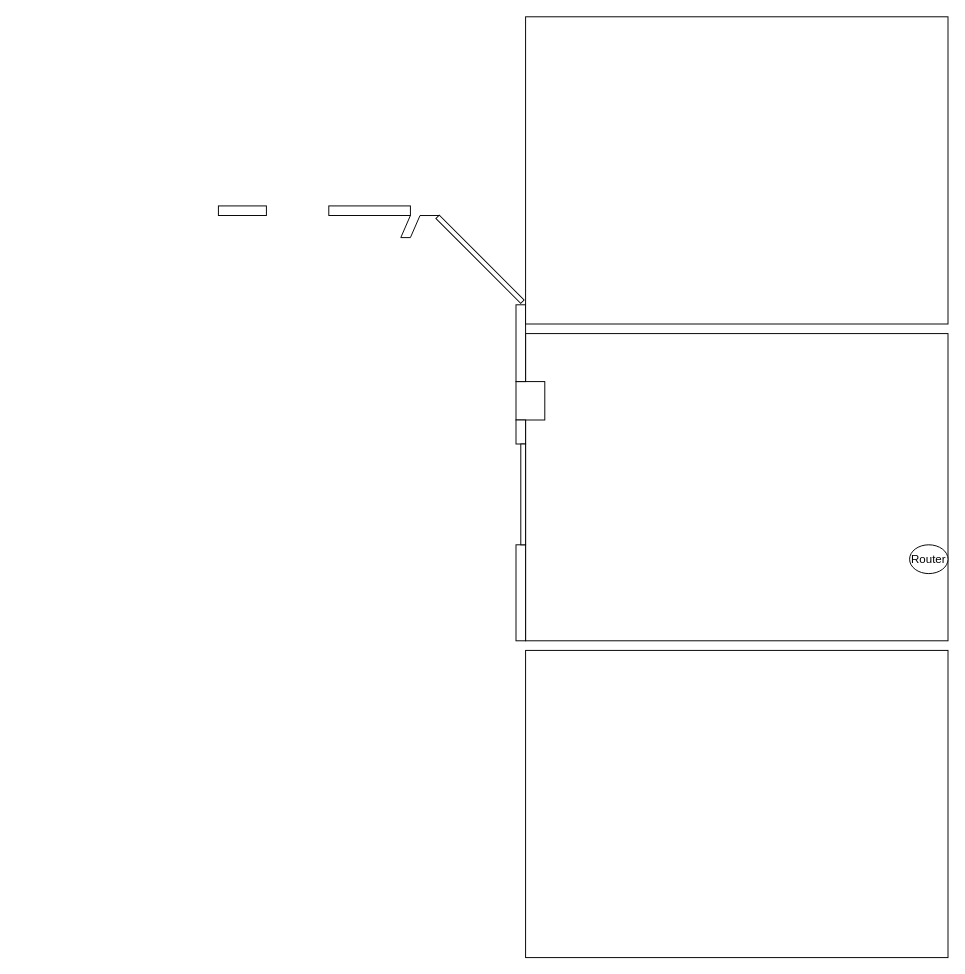
Earlier version of the draw.io diagram Untitled Diagram.drawio (mikillin/porjeckt1). Source tidied: cells renumbered, new cells numbered last; positions are measured from the earlier drawing's top-left corner, leaving out a move shared by most shapes. Both pictures are drawn from the tidied source at 96%, with x=0, y=0 at pixel (218, 16).
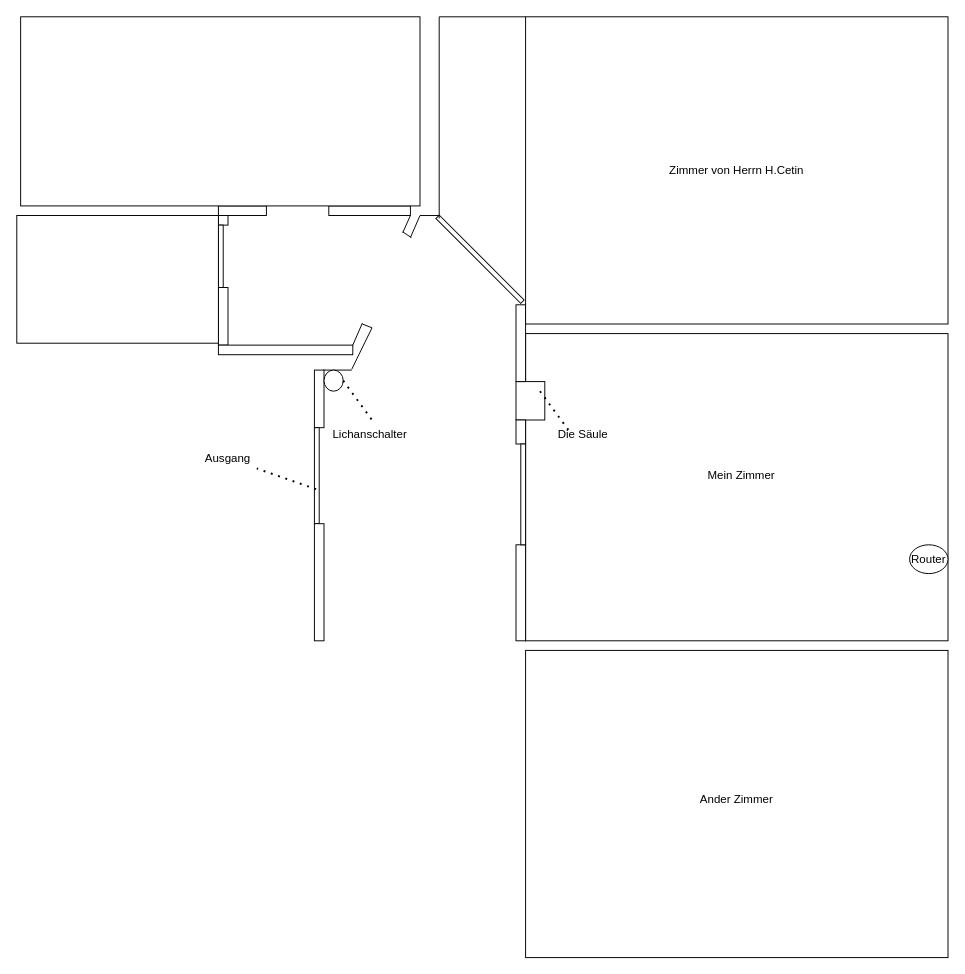
The same page after the edit.

Unchanged cells that the change refers to:
```xml
<mxCell id="7" style="rounded=0;whiteSpace=wrap;html=1;" parent="1" vertex="1">
  <mxGeometry x="320" width="440" height="320" as="geometry" />
</mxCell>
```

The edit, as a diff of the source:
```diff
@@
     <mxCell id="11" style="endArrow=none;html=1;rounded=0;" parent="1" edge="1">
       <mxGeometry relative="1" as="geometry">
-        <mxPoint x="200" y="230" as="sourcePoint" />
-        <mxPoint x="190" y="230" as="targetPoint" />
+        <mxPoint x="201" y="230" as="sourcePoint" />
+        <mxPoint x="192" y="224" as="targetPoint" />
       </mxGeometry>
     </mxCell>
     <mxCell id="12" style="endArrow=none;html=1;rounded=0;" parent="1" edge="1">
       <mxGeometry relative="1" as="geometry">
-        <mxPoint x="190" y="230" as="sourcePoint" />
+        <mxPoint x="192" y="225" as="sourcePoint" />
         <mxPoint x="200" y="207" as="targetPoint" />
       </mxGeometry>
     </mxCell>
@@
+    <mxCell id="18" style="rounded=0;whiteSpace=wrap;html=1;" parent="1" vertex="1">
+      <mxGeometry x="-206" width="416" height="197" as="geometry" />
+    </mxCell>
+    <mxCell id="19" style="endArrow=none;html=1;rounded=0;" parent="1" edge="1">
+      <mxGeometry relative="1" as="geometry">
+        <mxPoint x="230" y="210" as="sourcePoint" />
+        <mxPoint x="230" as="targetPoint" />
+      </mxGeometry>
+    </mxCell>
+    <mxCell id="20" style="endArrow=none;html=1;rounded=0;exitX=0;exitY=0;exitDx=0;exitDy=0;" parent="1" edge="1" source="7">
+      <mxGeometry relative="1" as="geometry">
+        <mxPoint x="230" as="targetPoint" />
+      </mxGeometry>
+    </mxCell>
+    <mxCell id="21" style="rounded=0;whiteSpace=wrap;html=1;direction=south;" parent="1" vertex="1">
+      <mxGeometry y="207" width="10" height="10" as="geometry" />
+    </mxCell>
+    <mxCell id="22" style="rounded=0;whiteSpace=wrap;html=1;rotation=0;direction=south;" parent="1" vertex="1">
+      <mxGeometry y="217" width="5" height="65" as="geometry" />
+    </mxCell>
+    <mxCell id="23" style="rounded=0;whiteSpace=wrap;html=1;direction=south;" parent="1" vertex="1">
+      <mxGeometry y="282" width="10" height="60" as="geometry" />
+    </mxCell>
+    <mxCell id="24" style="rounded=0;whiteSpace=wrap;html=1;" parent="1" vertex="1">
+      <mxGeometry y="342" width="140" height="10" as="geometry" />
+    </mxCell>
+    <mxCell id="25" style="rounded=0;whiteSpace=wrap;html=1;" parent="1" vertex="1">
+      <mxGeometry x="-210" y="207" width="210" height="133" as="geometry" />
+    </mxCell>
+    <mxCell id="26" style="endArrow=none;html=1;rounded=0;" parent="1" edge="1">
+      <mxGeometry relative="1" as="geometry">
+        <mxPoint x="140" y="342" as="sourcePoint" />
+        <mxPoint x="150" y="319" as="targetPoint" />
+      </mxGeometry>
+    </mxCell>
+    <mxCell id="27" style="endArrow=none;html=1;rounded=0;" parent="1" edge="1">
+      <mxGeometry relative="1" as="geometry">
+        <mxPoint x="160" y="324" as="sourcePoint" />
+        <mxPoint x="150" y="320" as="targetPoint" />
+      </mxGeometry>
+    </mxCell>
+    <mxCell id="28" style="endArrow=none;html=1;rounded=0;" parent="1" edge="1">
+      <mxGeometry relative="1" as="geometry">
+        <mxPoint x="139" y="367" as="sourcePoint" />
+        <mxPoint x="160" y="324" as="targetPoint" />
+      </mxGeometry>
+    </mxCell>
+    <mxCell id="29" style="endArrow=none;html=1;rounded=0;" parent="1" edge="1">
+      <mxGeometry relative="1" as="geometry">
+        <mxPoint x="109" y="368" as="sourcePoint" />
+        <mxPoint x="139" y="368" as="targetPoint" />
+      </mxGeometry>
+    </mxCell>
+    <mxCell id="30" style="rounded=0;whiteSpace=wrap;html=1;direction=south;" parent="1" vertex="1">
+      <mxGeometry x="100" y="368" width="10" height="60" as="geometry" />
+    </mxCell>
+    <mxCell id="31" style="rounded=0;whiteSpace=wrap;html=1;rotation=0;direction=south;" parent="1" vertex="1">
+      <mxGeometry x="100" y="428" width="5" height="100" as="geometry" />
+    </mxCell>
+    <mxCell id="32" style="rounded=0;whiteSpace=wrap;html=1;direction=south;" parent="1" vertex="1">
+      <mxGeometry x="100" y="528" width="10" height="122" as="geometry" />
+    </mxCell>
+    <mxCell id="33" style="ellipse;whiteSpace=wrap;html=1;" parent="1" vertex="1">
+      <mxGeometry x="110" y="368" width="20" height="22" as="geometry" />
+    </mxCell>
+    <mxCell id="34" value="Mein Zimmer" style="text;html=1;strokeColor=none;fillColor=none;align=center;verticalAlign=middle;whiteSpace=wrap;rounded=0;" parent="1" vertex="1">
+      <mxGeometry x="480" y="463" width="130" height="30" as="geometry" />
+    </mxCell>
+    <mxCell id="35" value="Zimmer von Herrn H.Cetin" style="text;html=1;strokeColor=none;fillColor=none;align=center;verticalAlign=middle;whiteSpace=wrap;rounded=0;" parent="1" vertex="1">
+      <mxGeometry x="460" y="145" width="160" height="30" as="geometry" />
+    </mxCell>
+    <mxCell id="36" value="Ander Zimmer" style="text;html=1;strokeColor=none;fillColor=none;align=center;verticalAlign=middle;whiteSpace=wrap;rounded=0;" parent="1" vertex="1">
+      <mxGeometry x="475" y="800" width="130" height="30" as="geometry" />
+    </mxCell>
+    <mxCell id="37" style="endArrow=none;dashed=1;html=1;dashPattern=1 3;strokeWidth=2;rounded=0;exitX=0.641;exitY=0.64;exitDx=0;exitDy=0;exitPerimeter=0;" parent="1" edge="1" source="31" target="38">
+      <mxGeometry relative="1" as="geometry" />
+    </mxCell>
+    <mxCell id="38" value="Ausgang" style="text;html=1;strokeColor=none;fillColor=none;align=center;verticalAlign=middle;whiteSpace=wrap;rounded=0;" parent="1" vertex="1">
+      <mxGeometry x="-20" y="445" width="60" height="30" as="geometry" />
+    </mxCell>
+    <mxCell id="39" style="endArrow=none;dashed=1;html=1;dashPattern=1 3;strokeWidth=2;rounded=0;exitX=1;exitY=0.5;exitDx=0;exitDy=0;" parent="1" edge="1" source="33">
+      <mxGeometry relative="1" as="geometry">
+        <mxPoint x="160" y="420" as="targetPoint" />
+      </mxGeometry>
+    </mxCell>
+    <mxCell id="40" value="Lichanschalter" style="text;html=1;strokeColor=none;fillColor=none;align=center;verticalAlign=middle;whiteSpace=wrap;rounded=0;" parent="1" vertex="1">
+      <mxGeometry x="127.5" y="420" width="60" height="30" as="geometry" />
+    </mxCell>
+    <mxCell id="41" style="endArrow=none;dashed=1;html=1;dashPattern=1 3;strokeWidth=2;rounded=0;exitX=1;exitY=0.5;exitDx=0;exitDy=0;" parent="1" edge="1">
+      <mxGeometry relative="1" as="geometry">
+        <mxPoint x="335" y="390" as="sourcePoint" />
+        <mxPoint x="365" y="431" as="targetPoint" />
+      </mxGeometry>
+    </mxCell>
+    <mxCell id="42" value="Die Säule" style="text;html=1;strokeColor=none;fillColor=none;align=center;verticalAlign=middle;whiteSpace=wrap;rounded=0;" parent="1" vertex="1">
+      <mxGeometry x="350" y="420" width="60" height="30" as="geometry" />
+    </mxCell>
```
